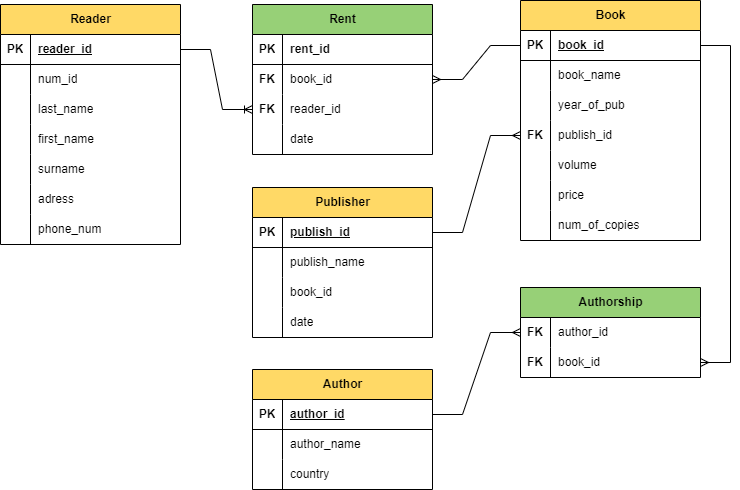
Above: lib_logical_structure.png in PolarJaba/library_structure (draw.io), before the change. Source tidied: cells renumbered, new cells last; positions are measured from the earlier drawing's top-left corner, leaving out a move shared by most shapes.
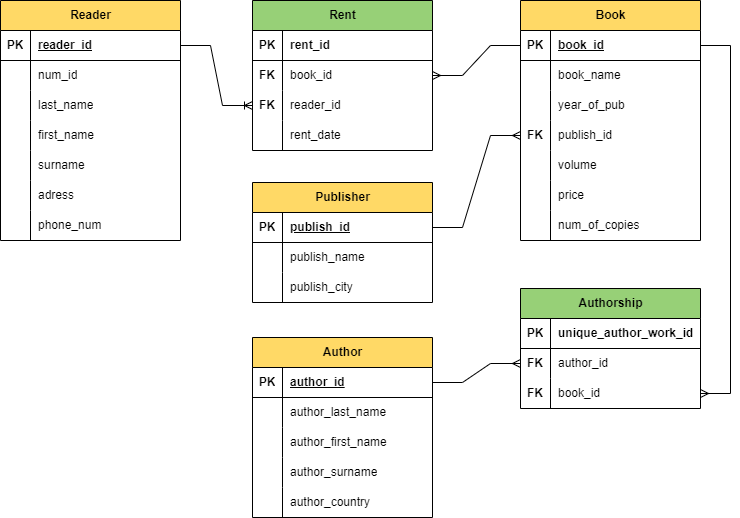
Above is the later version.

Commit message:
Physical structure of LS

Change to the diagram source:
```diff
@@ -3,7 +3,7 @@
     <mxCell id="0" />
     <mxCell id="1" parent="0" />
     <mxCell id="2" value="Reader" style="shape=table;startSize=30;rowLines=0;fontStyle=1;align=center;html=1;fillColor=#FFD966;" parent="1" vertex="1">
-      <mxGeometry y="4" width="180" height="240" as="geometry" />
+      <mxGeometry width="180" height="240" as="geometry" />
     </mxCell>
     <mxCell id="3" style="shape=tableRow;horizontal=0;startSize=0;swimlaneHead=0;swimlaneBody=0;fillColor=none;points=[[0,0.5],[1,0.5]];portConstraint=eastwest;top=0;left=0;right=0;bottom=1;" parent="2" vertex="1">
       <mxGeometry y="30" width="180" height="30" as="geometry" />
@@ -69,7 +69,7 @@
       <mxGeometry x="30" width="150" height="30" as="geometry" />
     </mxCell>
     <mxCell id="24" value="Rent" style="shape=table;startSize=30;rowLines=0;fontStyle=1;align=center;html=1;fillColor=#97D077;" parent="1" vertex="1">
-      <mxGeometry x="252" y="4" width="180" height="150" as="geometry" />
+      <mxGeometry x="252" width="180" height="150" as="geometry" />
     </mxCell>
     <mxCell id="25" style="shape=tableRow;horizontal=0;startSize=0;swimlaneHead=0;swimlaneBody=0;fillColor=none;top=0;left=0;right=0;bottom=0;" parent="24" vertex="1">
       <mxGeometry y="30" width="180" height="30" as="geometry" />
@@ -104,7 +104,7 @@
     <mxCell id="35" style="shape=partialRectangle;fillColor=none;top=0;left=0;bottom=0;right=0;overflow=hidden;whiteSpace=wrap;html=1;" parent="34" vertex="1">
       <mxGeometry width="30" height="30" as="geometry" />
     </mxCell>
-    <mxCell id="36" value="date" style="shape=partialRectangle;fillColor=none;top=0;left=0;bottom=0;right=0;align=left;spacingLeft=6;overflow=hidden;whiteSpace=wrap;html=1;" parent="34" vertex="1">
+    <mxCell id="36" value="rent_date" style="shape=partialRectangle;fillColor=none;top=0;left=0;bottom=0;right=0;align=left;spacingLeft=6;overflow=hidden;whiteSpace=wrap;html=1;" parent="34" vertex="1">
       <mxGeometry x="30" width="150" height="30" as="geometry" />
     </mxCell>
     <mxCell id="37" style="endArrow=none;html=1;rounded=0;entryX=1;entryY=0;entryDx=0;entryDy=0;entryPerimeter=0;" parent="24" edge="1" target="28">
@@ -182,7 +182,7 @@
       <mxGeometry relative="1" as="geometry" />
     </mxCell>
     <mxCell id="61" value="Publisher" style="shape=table;startSize=30;rowLines=0;fontStyle=1;align=center;html=1;fillColor=#FFD966;" parent="1" vertex="1">
-      <mxGeometry x="252" y="187" width="180" height="150" as="geometry" />
+      <mxGeometry x="252" y="182" width="180" height="120" as="geometry" />
     </mxCell>
     <mxCell id="62" style="shape=tableRow;horizontal=0;startSize=0;swimlaneHead=0;swimlaneBody=0;fillColor=none;points=[[0,0.5],[1,0.5]];portConstraint=eastwest;top=0;left=0;right=0;bottom=1;" parent="61" vertex="1">
       <mxGeometry y="30" width="180" height="30" as="geometry" />
@@ -208,20 +208,11 @@
     <mxCell id="69" style="shape=partialRectangle;fillColor=none;top=0;left=0;bottom=0;right=0;overflow=hidden;whiteSpace=wrap;html=1;" parent="68" vertex="1">
       <mxGeometry width="30" height="30" as="geometry" />
     </mxCell>
-    <mxCell id="70" value="book_id" style="shape=partialRectangle;fillColor=none;top=0;left=0;bottom=0;right=0;align=left;spacingLeft=6;overflow=hidden;whiteSpace=wrap;html=1;" parent="68" vertex="1">
+    <mxCell id="70" value="publish_city" style="shape=partialRectangle;fillColor=none;top=0;left=0;bottom=0;right=0;align=left;spacingLeft=6;overflow=hidden;whiteSpace=wrap;html=1;" parent="68" vertex="1">
       <mxGeometry x="30" width="150" height="30" as="geometry" />
     </mxCell>
-    <mxCell id="71" style="shape=tableRow;horizontal=0;startSize=0;swimlaneHead=0;swimlaneBody=0;fillColor=none;top=0;left=0;right=0;bottom=0;" parent="61" vertex="1">
-      <mxGeometry y="120" width="180" height="30" as="geometry" />
-    </mxCell>
-    <mxCell id="72" style="shape=partialRectangle;fillColor=none;top=0;left=0;bottom=0;right=0;overflow=hidden;whiteSpace=wrap;html=1;" parent="71" vertex="1">
-      <mxGeometry width="30" height="30" as="geometry" />
-    </mxCell>
-    <mxCell id="73" value="date" style="shape=partialRectangle;fillColor=none;top=0;left=0;bottom=0;right=0;align=left;spacingLeft=6;overflow=hidden;whiteSpace=wrap;html=1;" parent="71" vertex="1">
-      <mxGeometry x="30" width="150" height="30" as="geometry" />
-    </mxCell>
     <mxCell id="74" value="Author" style="shape=table;startSize=30;rowLines=0;fontStyle=1;align=center;html=1;fillColor=#FFD966;" parent="1" vertex="1">
-      <mxGeometry x="252" y="369" width="180" height="120" as="geometry" />
+      <mxGeometry x="252" y="337" width="180" height="180" as="geometry" />
     </mxCell>
     <mxCell id="75" style="shape=tableRow;horizontal=0;startSize=0;swimlaneHead=0;swimlaneBody=0;fillColor=none;points=[[0,0.5],[1,0.5]];portConstraint=eastwest;top=0;left=0;right=0;bottom=1;" parent="74" vertex="1">
       <mxGeometry y="30" width="180" height="30" as="geometry" />
@@ -238,7 +229,7 @@
     <mxCell id="79" style="shape=partialRectangle;fillColor=none;top=0;left=0;bottom=0;right=0;overflow=hidden;whiteSpace=wrap;html=1;" parent="78" vertex="1">
       <mxGeometry width="30" height="30" as="geometry" />
     </mxCell>
-    <mxCell id="80" value="author_name" style="shape=partialRectangle;fillColor=none;top=0;left=0;bottom=0;right=0;align=left;spacingLeft=6;overflow=hidden;whiteSpace=wrap;html=1;" parent="78" vertex="1">
+    <mxCell id="80" value="author_last_name" style="shape=partialRectangle;fillColor=none;top=0;left=0;bottom=0;right=0;align=left;spacingLeft=6;overflow=hidden;whiteSpace=wrap;html=1;" parent="78" vertex="1">
       <mxGeometry x="30" width="150" height="30" as="geometry" />
     </mxCell>
     <mxCell id="81" style="shape=tableRow;horizontal=0;startSize=0;swimlaneHead=0;swimlaneBody=0;fillColor=none;top=0;left=0;right=0;bottom=0;" parent="74" vertex="1">
@@ -247,30 +238,27 @@
     <mxCell id="82" style="shape=partialRectangle;fillColor=none;top=0;left=0;bottom=0;right=0;overflow=hidden;whiteSpace=wrap;html=1;" parent="81" vertex="1">
       <mxGeometry width="30" height="30" as="geometry" />
     </mxCell>
-    <mxCell id="83" value="country" style="shape=partialRectangle;fillColor=none;top=0;left=0;bottom=0;right=0;align=left;spacingLeft=6;overflow=hidden;whiteSpace=wrap;html=1;" parent="81" vertex="1">
+    <mxCell id="83" value="author_first_name" style="shape=partialRectangle;fillColor=none;top=0;left=0;bottom=0;right=0;align=left;spacingLeft=6;overflow=hidden;whiteSpace=wrap;html=1;" parent="81" vertex="1">
       <mxGeometry x="30" width="150" height="30" as="geometry" />
     </mxCell>
-    <mxCell id="84" value="Authorship" style="shape=table;startSize=30;rowLines=0;fontStyle=1;align=center;html=1;fillColor=#97D077;" parent="1" vertex="1">
-      <mxGeometry x="520" y="287" width="180" height="90" as="geometry" />
-    </mxCell>
-    <mxCell id="85" style="shape=tableRow;horizontal=0;startSize=0;swimlaneHead=0;swimlaneBody=0;fillColor=none;points=[[0,0.5],[1,0.5]];portConstraint=eastwest;top=0;left=0;right=0;bottom=0;" parent="84" vertex="1">
-      <mxGeometry y="30" width="180" height="30" as="geometry" />
-    </mxCell>
-    <mxCell id="86" value="&lt;b&gt;FK&lt;/b&gt;" style="shape=partialRectangle;fillColor=none;top=0;left=0;bottom=0;right=0;overflow=hidden;whiteSpace=wrap;html=1;" parent="85" vertex="1">
-      <mxGeometry width="30" height="30" as="geometry" />
-    </mxCell>
-    <mxCell id="87" value="author_id" style="shape=partialRectangle;fillColor=none;top=0;left=0;bottom=0;right=0;align=left;spacingLeft=6;overflow=hidden;whiteSpace=wrap;html=1;" parent="85" vertex="1">
-      <mxGeometry x="30" width="150" height="30" as="geometry" />
-    </mxCell>
-    <mxCell id="88" style="shape=tableRow;horizontal=0;startSize=0;swimlaneHead=0;swimlaneBody=0;fillColor=none;points=[[0,0.5],[1,0.5]];portConstraint=eastwest;top=0;left=0;right=0;bottom=0;" parent="84" vertex="1">
-      <mxGeometry y="60" width="180" height="30" as="geometry" />
-    </mxCell>
-    <mxCell id="89" value="&lt;b&gt;FK&lt;/b&gt;" style="shape=partialRectangle;fillColor=none;top=0;left=0;bottom=0;right=0;overflow=hidden;whiteSpace=wrap;html=1;" parent="88" vertex="1">
-      <mxGeometry width="30" height="30" as="geometry" />
-    </mxCell>
-    <mxCell id="90" value="book_id" style="shape=partialRectangle;fillColor=none;top=0;left=0;bottom=0;right=0;align=left;spacingLeft=6;overflow=hidden;whiteSpace=wrap;html=1;" parent="88" vertex="1">
-      <mxGeometry x="30" width="150" height="30" as="geometry" />
-    </mxCell>
+    <mxCell id="71" style="shape=tableRow;horizontal=0;startSize=0;swimlaneHead=0;swimlaneBody=0;fillColor=none;top=0;left=0;right=0;bottom=0;" parent="74" vertex="1">
+      <mxGeometry y="120" width="180" height="30" as="geometry" />
+    </mxCell>
+    <mxCell id="95" style="shape=partialRectangle;fillColor=none;top=0;left=0;bottom=0;right=0;overflow=hidden;whiteSpace=wrap;html=1;" parent="71" vertex="1">
+      <mxGeometry width="30" height="30" as="geometry" />
+    </mxCell>
+    <mxCell id="96" value="author_surname" style="shape=partialRectangle;fillColor=none;top=0;left=0;bottom=0;right=0;align=left;spacingLeft=6;overflow=hidden;whiteSpace=wrap;html=1;" parent="71" vertex="1">
+      <mxGeometry x="30" width="150" height="30" as="geometry" />
+    </mxCell>
+    <mxCell id="97" style="shape=tableRow;horizontal=0;startSize=0;swimlaneHead=0;swimlaneBody=0;fillColor=none;top=0;left=0;right=0;bottom=0;" parent="74" vertex="1">
+      <mxGeometry y="150" width="180" height="30" as="geometry" />
+    </mxCell>
+    <mxCell id="98" style="shape=partialRectangle;fillColor=none;top=0;left=0;bottom=0;right=0;overflow=hidden;whiteSpace=wrap;html=1;" parent="97" vertex="1">
+      <mxGeometry width="30" height="30" as="geometry" />
+    </mxCell>
+    <mxCell id="99" value="author_country" style="shape=partialRectangle;fillColor=none;top=0;left=0;bottom=0;right=0;align=left;spacingLeft=6;overflow=hidden;whiteSpace=wrap;html=1;" parent="97" vertex="1">
+      <mxGeometry x="30" width="150" height="30" as="geometry" />
+    </mxCell>
     <mxCell id="91" style="edgeStyle=entityRelationEdgeStyle;fontSize=12;html=1;endArrow=ERmany;rounded=0;entryX=1;entryY=0.5;entryDx=0;entryDy=0;exitX=0;exitY=0.5;exitDx=0;exitDy=0;" parent="1" edge="1" source="39" target="28">
       <mxGeometry relative="1" as="geometry">
         <Array as="points">
@@ -279,14 +267,49 @@
         </Array>
       </mxGeometry>
     </mxCell>
-    <mxCell id="92" style="edgeStyle=entityRelationEdgeStyle;fontSize=12;html=1;endArrow=ERmany;rounded=0;exitX=1;exitY=0.5;exitDx=0;exitDy=0;entryX=0;entryY=0.5;entryDx=0;entryDy=0;" parent="1" edge="1" source="75" target="85">
+    <mxCell id="92" style="edgeStyle=entityRelationEdgeStyle;fontSize=12;html=1;endArrow=ERmany;rounded=0;exitX=1;exitY=0.5;exitDx=0;exitDy=0;entryX=0;entryY=0.5;entryDx=0;entryDy=0;" parent="1" edge="1" source="75" target="88">
       <mxGeometry relative="1" as="geometry" />
     </mxCell>
     <mxCell id="93" style="edgeStyle=entityRelationEdgeStyle;fontSize=12;html=1;endArrow=ERmany;rounded=0;exitX=1;exitY=0.5;exitDx=0;exitDy=0;entryX=0;entryY=0.5;entryDx=0;entryDy=0;" parent="1" edge="1" source="62" target="48">
       <mxGeometry relative="1" as="geometry" />
     </mxCell>
-    <mxCell id="94" style="edgeStyle=entityRelationEdgeStyle;fontSize=12;html=1;endArrow=ERmany;rounded=0;exitX=1;exitY=0.5;exitDx=0;exitDy=0;entryX=1;entryY=0.5;entryDx=0;entryDy=0;" parent="1" edge="1" source="39" target="88">
+    <mxCell id="94" style="edgeStyle=entityRelationEdgeStyle;fontSize=12;html=1;endArrow=ERmany;rounded=0;exitX=1;exitY=0.5;exitDx=0;exitDy=0;entryX=1;entryY=0.5;entryDx=0;entryDy=0;" parent="1" edge="1" source="39" target="103">
       <mxGeometry relative="1" as="geometry" />
     </mxCell>
+    <mxCell id="84" value="Authorship" style="shape=table;startSize=30;rowLines=0;fontStyle=1;align=center;html=1;fillColor=#97D077;" parent="1" vertex="1">
+      <mxGeometry x="520" y="288" width="180" height="120" as="geometry" />
+    </mxCell>
+    <mxCell id="85" style="shape=tableRow;horizontal=0;startSize=0;swimlaneHead=0;swimlaneBody=0;fillColor=none;points=[[0,0.5],[1,0.5]];portConstraint=eastwest;top=0;left=0;right=0;bottom=0;" parent="84" vertex="1">
+      <mxGeometry y="30" width="180" height="30" as="geometry" />
+    </mxCell>
+    <mxCell id="100" value="&lt;b&gt;PK&lt;/b&gt;" style="shape=partialRectangle;fillColor=none;top=0;left=0;bottom=0;right=0;overflow=hidden;whiteSpace=wrap;html=1;" parent="85" vertex="1">
+      <mxGeometry width="30" height="30" as="geometry" />
+    </mxCell>
+    <mxCell id="101" value="&lt;b&gt;unique_author_work_id&lt;/b&gt;" style="shape=partialRectangle;fillColor=none;top=0;left=0;bottom=0;right=0;align=left;spacingLeft=6;overflow=hidden;whiteSpace=wrap;html=1;" parent="85" vertex="1">
+      <mxGeometry x="30" width="150" height="30" as="geometry" />
+    </mxCell>
+    <mxCell id="88" style="shape=tableRow;horizontal=0;startSize=0;swimlaneHead=0;swimlaneBody=0;fillColor=none;points=[[0,0.5],[1,0.5]];portConstraint=eastwest;top=0;left=0;right=0;bottom=0;" parent="84" vertex="1">
+      <mxGeometry y="60" width="180" height="30" as="geometry" />
+    </mxCell>
+    <mxCell id="102" value="&lt;b&gt;FK&lt;/b&gt;" style="shape=partialRectangle;fillColor=none;top=0;left=0;bottom=0;right=0;overflow=hidden;whiteSpace=wrap;html=1;" parent="88" vertex="1">
+      <mxGeometry width="30" height="30" as="geometry" />
+    </mxCell>
+    <mxCell id="87" value="author_id" style="shape=partialRectangle;fillColor=none;top=0;left=0;bottom=0;right=0;align=left;spacingLeft=6;overflow=hidden;whiteSpace=wrap;html=1;" parent="88" vertex="1">
+      <mxGeometry x="30" width="150" height="30" as="geometry" />
+    </mxCell>
+    <mxCell id="103" style="shape=tableRow;horizontal=0;startSize=0;swimlaneHead=0;swimlaneBody=0;fillColor=none;points=[[0,0.5],[1,0.5]];portConstraint=eastwest;top=0;left=0;right=0;bottom=0;" parent="84" vertex="1">
+      <mxGeometry y="90" width="180" height="30" as="geometry" />
+    </mxCell>
+    <mxCell id="104" value="&lt;b&gt;FK&lt;/b&gt;" style="shape=partialRectangle;fillColor=none;top=0;left=0;bottom=0;right=0;overflow=hidden;whiteSpace=wrap;html=1;" parent="103" vertex="1">
+      <mxGeometry width="30" height="30" as="geometry" />
+    </mxCell>
+    <mxCell id="90" value="book_id" style="shape=partialRectangle;fillColor=none;top=0;left=0;bottom=0;right=0;align=left;spacingLeft=6;overflow=hidden;whiteSpace=wrap;html=1;" parent="103" vertex="1">
+      <mxGeometry x="30" width="150" height="30" as="geometry" />
+    </mxCell>
+    <mxCell id="105" style="endArrow=none;html=1;rounded=0;entryX=1;entryY=0;entryDx=0;entryDy=0;entryPerimeter=0;" parent="84" edge="1" target="88">
+      <mxGeometry relative="1" as="geometry">
+        <mxPoint y="60" as="sourcePoint" />
+      </mxGeometry>
+    </mxCell>
   </root>
 </mxGraphModel>
```
